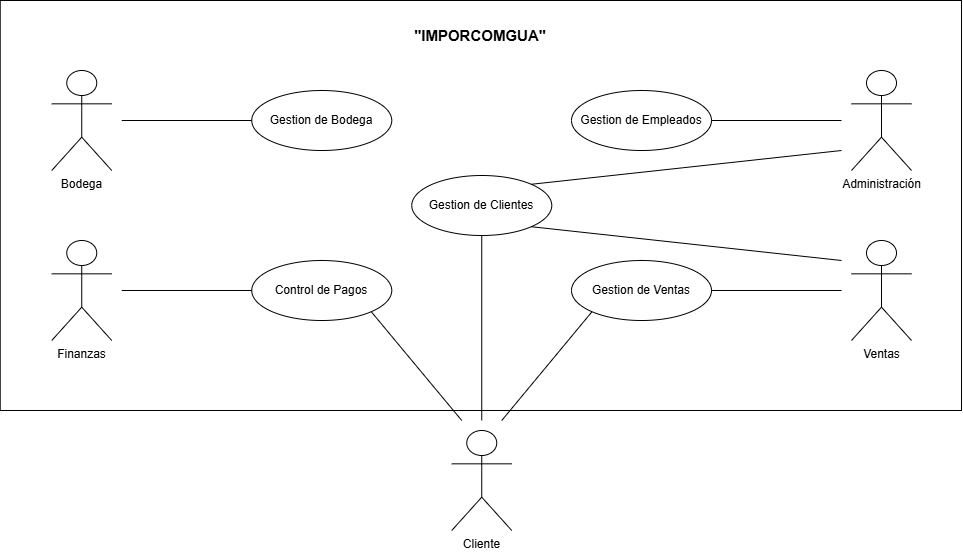
Earlier version of the draw.io export docs/assets/cdu/CDU-PRIMERA-DESCOMPOSICION.png (LuisCif-20/AYD2_V1S2025_PROYECTO_G9). Source tidied: cells renumbered, new cells last; positions are measured from the earlier drawing's top-left corner, leaving out a move shared by most shapes.
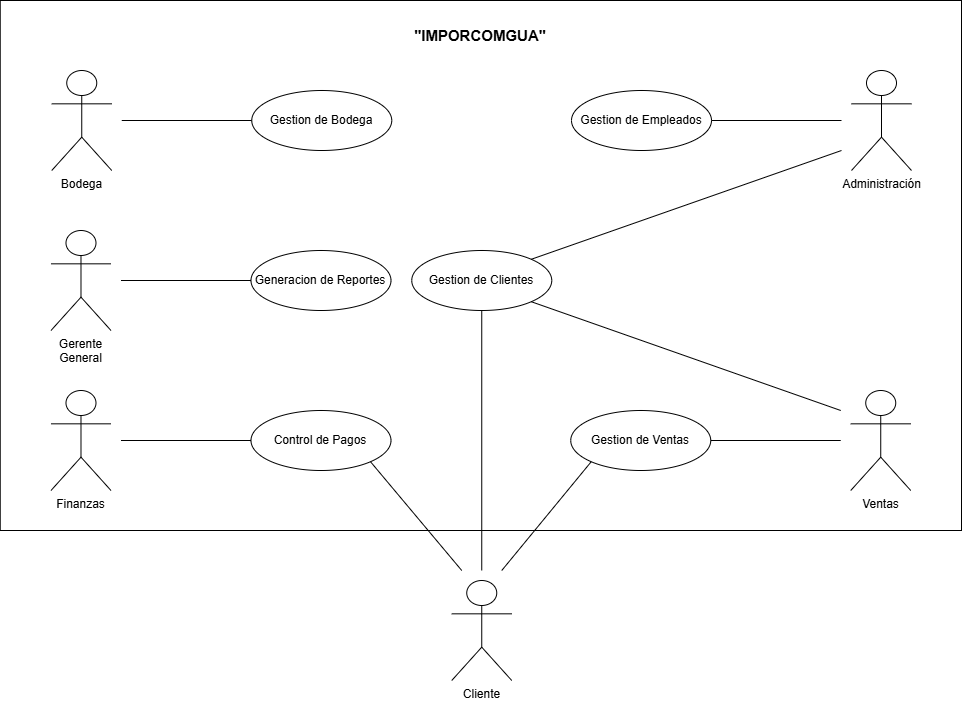
Later version of the same file.

The edit, as a diff of the source:
```diff
@@ -3,22 +3,22 @@
     <mxCell id="0" />
     <mxCell id="1" parent="0" />
     <mxCell id="2" style="rounded=0;whiteSpace=wrap;html=1;" parent="1" vertex="1">
-      <mxGeometry x="-0.2" width="961.2" height="410" as="geometry" />
+      <mxGeometry x="-0.2" width="961.2" height="530" as="geometry" />
     </mxCell>
     <mxCell id="3" value="&quot;IMPORCOMGUA&quot;" style="text;html=1;align=center;verticalAlign=middle;whiteSpace=wrap;rounded=0;fontStyle=1;fontSize=15;" parent="1" vertex="1">
       <mxGeometry x="450.4" y="20" width="60" height="30" as="geometry" />
     </mxCell>
     <mxCell id="4" value="Gestion de Ventas" style="ellipse;whiteSpace=wrap;html=1;" parent="1" vertex="1">
-      <mxGeometry x="571" y="260" width="140" height="60" as="geometry" />
+      <mxGeometry x="570.2" y="410" width="140" height="60" as="geometry" />
     </mxCell>
     <mxCell id="5" value="Gestion de Bodega" style="ellipse;whiteSpace=wrap;html=1;" parent="1" vertex="1">
       <mxGeometry x="251.2" y="90" width="140" height="60" as="geometry" />
     </mxCell>
     <mxCell id="6" value="Gestion de Clientes" style="ellipse;whiteSpace=wrap;html=1;" parent="1" vertex="1">
-      <mxGeometry x="411.2" y="175" width="140" height="60" as="geometry" />
+      <mxGeometry x="411.2" y="250" width="140" height="60" as="geometry" />
     </mxCell>
     <mxCell id="7" value="Control de Pagos" style="ellipse;whiteSpace=wrap;html=1;" parent="1" vertex="1">
-      <mxGeometry x="251.2" y="260" width="140" height="60" as="geometry" />
+      <mxGeometry x="250.5" y="410" width="140" height="60" as="geometry" />
     </mxCell>
     <mxCell id="8" value="Gestion de Empleados" style="ellipse;whiteSpace=wrap;html=1;" parent="1" vertex="1">
       <mxGeometry x="571" y="90" width="140" height="60" as="geometry" />
@@ -39,10 +39,10 @@
       <mxGeometry x="851" y="70" width="60" height="100" as="geometry" />
     </mxCell>
     <mxCell id="14" style="rounded=0;whiteSpace=wrap;html=1;fillColor=none;strokeColor=none;" parent="1" vertex="1">
-      <mxGeometry x="841" y="230" width="80" height="120" as="geometry" />
+      <mxGeometry x="840.2" y="380" width="80" height="120" as="geometry" />
     </mxCell>
     <mxCell id="15" value="Ventas" style="shape=umlActor;verticalLabelPosition=bottom;verticalAlign=top;html=1;labelPosition=center;align=center;" parent="1" vertex="1">
-      <mxGeometry x="851" y="240" width="60" height="100" as="geometry" />
+      <mxGeometry x="850.2" y="390" width="60" height="100" as="geometry" />
     </mxCell>
     <mxCell id="16" style="endArrow=none;html=1;rounded=0;entryX=0;entryY=0.5;entryDx=0;entryDy=0;exitX=1;exitY=0.5;exitDx=0;exitDy=0;" parent="1" edge="1" source="4" target="14">
       <mxGeometry relative="1" as="geometry" />
@@ -54,10 +54,10 @@
       <mxGeometry relative="1" as="geometry" />
     </mxCell>
     <mxCell id="19" style="rounded=0;whiteSpace=wrap;html=1;fillColor=none;strokeColor=none;" parent="1" vertex="1">
-      <mxGeometry x="41.2" y="230" width="80" height="120" as="geometry" />
+      <mxGeometry x="40.5" y="380" width="80" height="120" as="geometry" />
     </mxCell>
     <mxCell id="20" value="Finanzas" style="shape=umlActor;verticalLabelPosition=bottom;verticalAlign=top;html=1;labelPosition=center;align=center;" parent="1" vertex="1">
-      <mxGeometry x="51.2" y="240" width="60" height="100" as="geometry" />
+      <mxGeometry x="50.5" y="390" width="60" height="100" as="geometry" />
     </mxCell>
     <mxCell id="21" style="endArrow=none;html=1;rounded=0;entryX=0;entryY=0.5;entryDx=0;entryDy=0;exitX=1;exitY=0.5;exitDx=0;exitDy=0;" parent="1" edge="1" source="19" target="7">
       <mxGeometry relative="1" as="geometry" />
@@ -66,10 +66,10 @@
       <mxGeometry relative="1" as="geometry" />
     </mxCell>
     <mxCell id="23" style="rounded=0;whiteSpace=wrap;html=1;fillColor=none;strokeColor=none;" parent="1" vertex="1">
-      <mxGeometry x="441.2" y="420" width="80" height="120" as="geometry" />
+      <mxGeometry x="441.2" y="570" width="80" height="120" as="geometry" />
     </mxCell>
     <mxCell id="24" value="Cliente" style="shape=umlActor;verticalLabelPosition=bottom;verticalAlign=top;html=1;labelPosition=center;align=center;" parent="1" vertex="1">
-      <mxGeometry x="451.2" y="430" width="60" height="100" as="geometry" />
+      <mxGeometry x="451.2" y="580" width="60" height="100" as="geometry" />
     </mxCell>
     <mxCell id="25" style="endArrow=none;html=1;rounded=0;entryX=1;entryY=1;entryDx=0;entryDy=0;exitX=0.25;exitY=0;exitDx=0;exitDy=0;" parent="1" edge="1" source="23" target="7">
       <mxGeometry relative="1" as="geometry" />
@@ -80,5 +80,17 @@
     <mxCell id="27" style="endArrow=none;html=1;rounded=0;entryX=0;entryY=1;entryDx=0;entryDy=0;exitX=0.75;exitY=0;exitDx=0;exitDy=0;" parent="1" edge="1" source="23" target="4">
       <mxGeometry relative="1" as="geometry" />
     </mxCell>
+    <mxCell id="28" style="rounded=0;whiteSpace=wrap;html=1;fillColor=none;strokeColor=none;" parent="1" vertex="1">
+      <mxGeometry x="40.5" y="220" width="80" height="120" as="geometry" />
+    </mxCell>
+    <mxCell id="29" value="&lt;div&gt;&lt;span style=&quot;background-color: transparent; color: light-dark(rgb(0, 0, 0), rgb(255, 255, 255));&quot;&gt;Gerente&lt;/span&gt;&lt;/div&gt;&lt;div&gt;&lt;span style=&quot;background-color: transparent; color: light-dark(rgb(0, 0, 0), rgb(255, 255, 255));&quot;&gt;General&lt;/span&gt;&lt;/div&gt;" style="shape=umlActor;verticalLabelPosition=bottom;verticalAlign=top;html=1;labelPosition=center;align=center;fontSize=12;" parent="1" vertex="1">
+      <mxGeometry x="50.5" y="230" width="60" height="100" as="geometry" />
+    </mxCell>
+    <mxCell id="30" value="Generacion de Reportes" style="ellipse;whiteSpace=wrap;html=1;" parent="1" vertex="1">
+      <mxGeometry x="250.5" y="250" width="140" height="60" as="geometry" />
+    </mxCell>
+    <mxCell id="31" style="endArrow=none;html=1;rounded=0;entryX=1;entryY=0.5;entryDx=0;entryDy=0;exitX=0;exitY=0.5;exitDx=0;exitDy=0;" parent="1" edge="1" source="30" target="28">
+      <mxGeometry relative="1" as="geometry" />
+    </mxCell>
   </root>
 </mxGraphModel>
```
